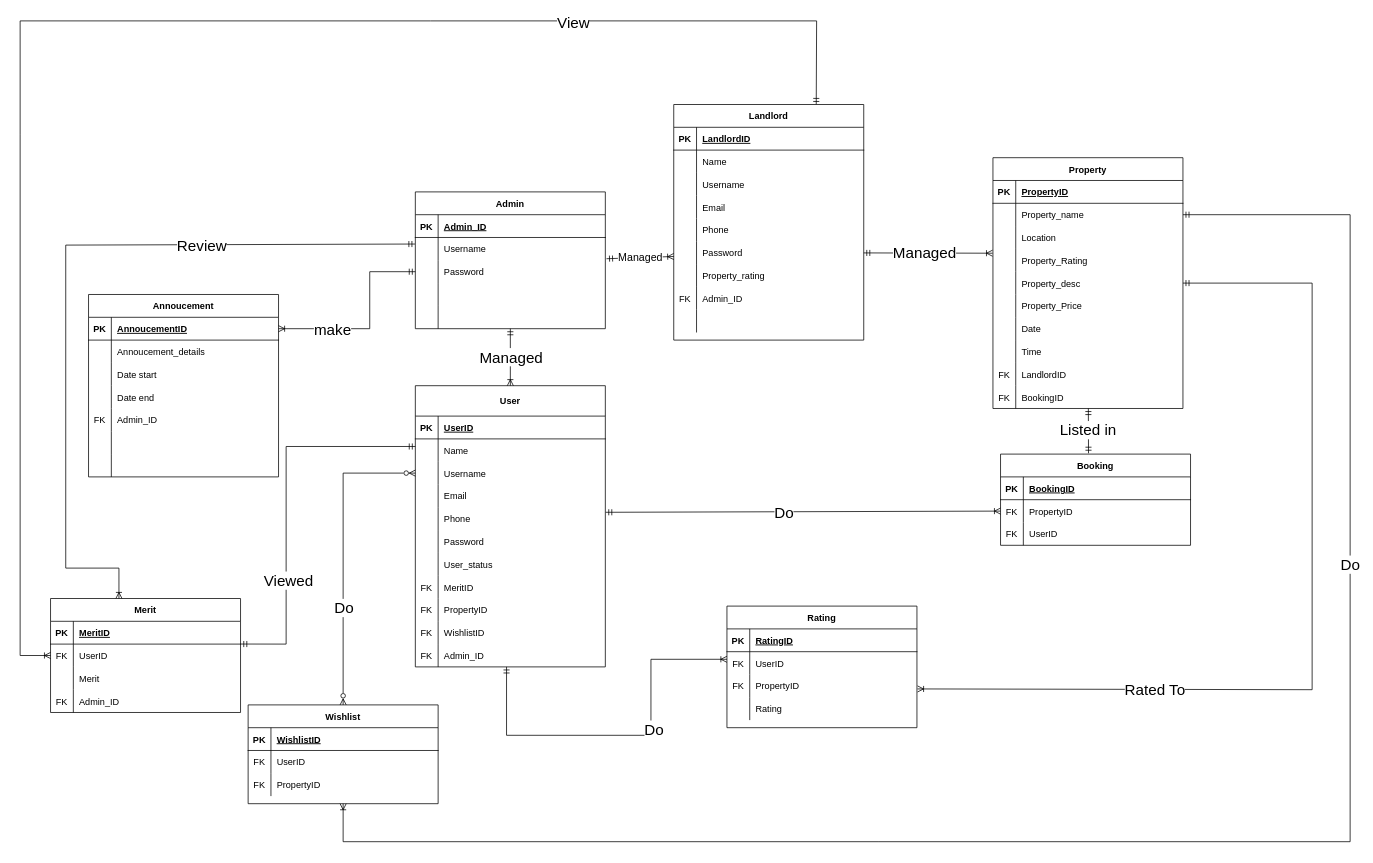
SNOW15782/Fyp keeps this draw.io diagram as DFD FYP/ERD.drawio. Above is the earlier version. Source tidied: cells renumbered, new cells numbered last; positions are measured from the earlier drawing's top-left corner, leaving out a move shared by most shapes. Both pictures are drawn from the tidied source at 76%, with x=0, y=0 at pixel (20, 21).
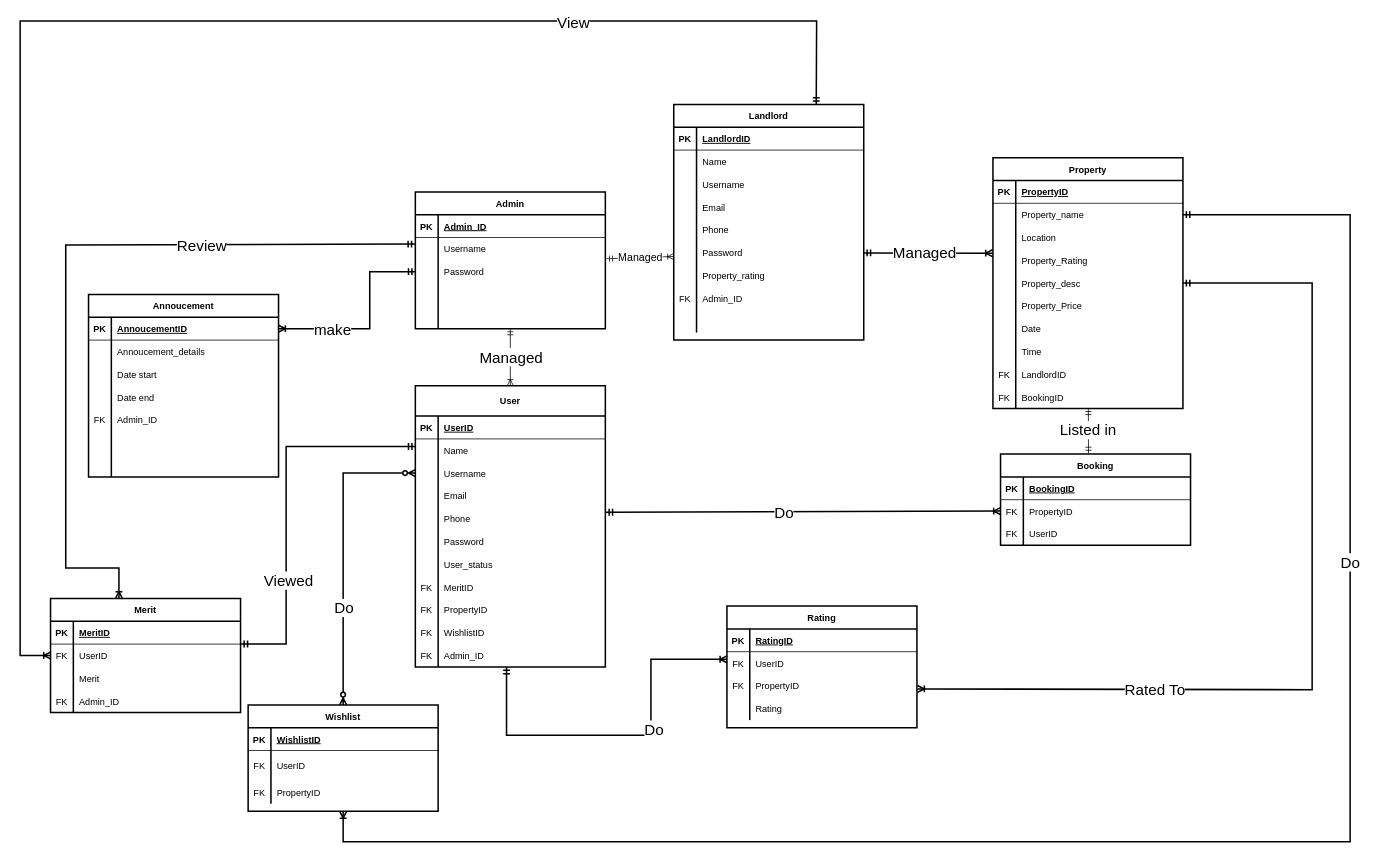
Above is the later version.

The change refers to these unchanged cells:
```xml
<mxCell id="8" style="shape=partialRectangle;fillColor=none;points=[[0,0.5],[1,0.5]];portConstraint=eastwest;top=0;left=0;right=0;bottom=0;" parent="4" vertex="1">
  <mxGeometry y="60" width="250" height="30" as="geometry" />
</mxCell>
<mxCell id="28" style="shape=partialRectangle;fillColor=none;points=[[0,0.5],[1,0.5]];portConstraint=eastwest;top=0;left=0;right=0;bottom=0;" parent="21" vertex="1">
  <mxGeometry y="100" width="250" height="30" as="geometry" />
</mxCell>
<mxCell id="34" style="shape=partialRectangle;fillColor=none;points=[[0,0.5],[1,0.5]];portConstraint=eastwest;top=0;left=0;right=0;bottom=0;" parent="21" vertex="1">
  <mxGeometry y="160" width="250" height="30" as="geometry" />
</mxCell>
<mxCell id="52" style="shape=partialRectangle;fillColor=none;points=[[0,0.5],[1,0.5]];portConstraint=eastwest;top=0;left=0;right=0;bottom=0;" parent="21" vertex="1">
  <mxGeometry y="340" width="250" height="30" as="geometry" />
</mxCell>
<mxCell id="59" style="shape=partialRectangle;fillColor=none;points=[[0,0.5],[1,0.5]];portConstraint=eastwest;top=0;left=0;right=0;bottom=0;" parent="55" vertex="1">
  <mxGeometry y="60" width="250" height="30" as="geometry" />
</mxCell>
<mxCell id="66" style="shape=partialRectangle;fillColor=none;points=[[0,0.5],[1,0.5]];portConstraint=eastwest;top=0;left=0;right=0;bottom=1;" parent="65" vertex="1">
  <mxGeometry y="30" width="250" height="30" as="geometry" />
</mxCell>
<mxCell id="95" style="shape=partialRectangle;fillColor=none;points=[[0,0.5],[1,0.5]];portConstraint=eastwest;top=0;left=0;right=0;bottom=0;" parent="91" vertex="1">
  <mxGeometry y="60" width="250" height="30" as="geometry" />
</mxCell>
<mxCell id="98" style="shape=partialRectangle;fillColor=none;points=[[0,0.5],[1,0.5]];portConstraint=eastwest;top=0;left=0;right=0;bottom=0;" parent="91" vertex="1">
  <mxGeometry y="90" width="250" height="30" as="geometry" />
</mxCell>
<mxCell id="125" style="shape=partialRectangle;fillColor=none;points=[[0,0.5],[1,0.5]];portConstraint=eastwest;top=0;left=0;right=0;bottom=0;" parent="109" vertex="1">
  <mxGeometry y="180" width="250" height="30" as="geometry" />
</mxCell>
<mxCell id="147" style="shape=partialRectangle;fillColor=none;points=[[0,0.5],[1,0.5]];portConstraint=eastwest;top=0;left=0;right=0;bottom=0;" parent="143" vertex="1">
  <mxGeometry y="60" width="250" height="30" as="geometry" />
</mxCell>
<mxCell id="153" style="shape=partialRectangle;fillColor=none;points=[[0,0.5],[1,0.5]];portConstraint=eastwest;top=0;left=0;right=0;bottom=0;" parent="143" vertex="1">
  <mxGeometry y="120" width="250" height="30" as="geometry" />
</mxCell>
<mxCell id="194" style="shape=partialRectangle;fillColor=none;points=[[0,0.5],[1,0.5]];portConstraint=eastwest;top=0;left=0;right=0;bottom=0;" parent="190" vertex="1">
  <mxGeometry y="60" width="250" height="30" as="geometry" />
</mxCell>
<mxCell id="197" style="shape=partialRectangle;fillColor=none;points=[[0,0.5],[1,0.5]];portConstraint=eastwest;top=0;left=0;right=0;bottom=0;" parent="190" vertex="1">
  <mxGeometry y="90" width="250" height="30" as="geometry" />
</mxCell>
```

What changed in the source:
```diff
@@
-    <mxCell id="2" style="edgeStyle=none;rounded=0;html=1;startArrow=ERmandOne;startFill=0;endArrow=ERmandOne;endFill=0;exitX=1.001;exitY=-0.003;exitDx=0;exitDy=0;exitPerimeter=0;" parent="1" edge="1" source="8">
+    <mxCell id="2" style="edgeStyle=none;rounded=0;html=1;startArrow=ERmandOne;startFill=0;endArrow=ERmandOne;endFill=0;exitX=1.001;exitY=-0.003;exitDx=0;exitDy=0;exitPerimeter=0;strokeWidth=2;" parent="1" edge="1" source="8">
       <mxGeometry relative="1" as="geometry">
         <mxPoint x="520" y="560" as="targetPoint" />
         <Array as="points">
           <mxPoint x="350" y="820" />
           <mxPoint x="350" y="560" />
         </Array>
       </mxGeometry>
     </mxCell>
@@
-    <mxCell id="4" value="Merit" style="shape=table;startSize=30;childLayout=tableLayout;rowLines=0;fontStyle=1;align=center;" parent="1" vertex="1">
+    <mxCell id="4" value="Merit" style="shape=table;startSize=30;childLayout=tableLayout;rowLines=0;fontStyle=1;align=center;strokeWidth=2;" parent="1" vertex="1">
       <mxGeometry x="40" y="760" width="250" height="150" as="geometry" />
     </mxCell>
@@
-    <mxCell id="17" style="edgeStyle=none;html=1;entryX=0.5;entryY=0;entryDx=0;entryDy=0;startArrow=ERzeroToMany;startFill=0;endArrow=ERzeroToMany;endFill=0;rounded=0;exitX=0;exitY=0.5;exitDx=0;exitDy=0;" parent="1" edge="1" source="28" target="180">
+    <mxCell id="17" style="edgeStyle=none;html=1;entryX=0.5;entryY=0;entryDx=0;entryDy=0;startArrow=ERzeroToMany;startFill=0;endArrow=ERzeroToMany;endFill=0;rounded=0;exitX=0;exitY=0.5;exitDx=0;exitDy=0;strokeWidth=2;" parent="1" edge="1" source="28" target="180">
       <mxGeometry relative="1" as="geometry">
         <Array as="points">
           <mxPoint x="425" y="595" />
         </Array>
       </mxGeometry>
     </mxCell>
@@
-    <mxCell id="19" style="edgeStyle=none;html=1;entryX=0;entryY=0.333;entryDx=0;entryDy=0;startArrow=ERmandOne;startFill=0;endArrow=ERoneToMany;endFill=0;rounded=0;entryPerimeter=0;exitX=0.48;exitY=1;exitDx=0;exitDy=0;exitPerimeter=0;" parent="1" edge="1" source="52" target="194">
+    <mxCell id="19" style="edgeStyle=none;html=1;entryX=0;entryY=0.333;entryDx=0;entryDy=0;startArrow=ERmandOne;startFill=0;endArrow=ERoneToMany;endFill=0;rounded=0;entryPerimeter=0;exitX=0.48;exitY=1;exitDx=0;exitDy=0;exitPerimeter=0;strokeWidth=2;" parent="1" edge="1" source="52" target="194">
       <mxGeometry relative="1" as="geometry">
         <Array as="points">
           <mxPoint x="640" y="940" />
           <mxPoint x="830" y="940" />
           <mxPoint x="830" y="840" />
         </Array>
       </mxGeometry>
     </mxCell>
@@
-    <mxCell id="21" value="User" style="shape=table;startSize=40;childLayout=tableLayout;rowLines=0;fontStyle=1;align=center;" parent="1" vertex="1">
+    <mxCell id="21" value="User" style="shape=table;startSize=40;childLayout=tableLayout;rowLines=0;fontStyle=1;align=center;strokeWidth=2;" parent="1" vertex="1">
       <mxGeometry x="520" y="480" width="250" height="370" as="geometry" />
     </mxCell>
@@
-    <mxCell id="55" value="Booking" style="shape=table;startSize=30;childLayout=tableLayout;rowLines=0;fontStyle=1;align=center;" parent="1" vertex="1">
+    <mxCell id="55" value="Booking" style="shape=table;startSize=30;childLayout=tableLayout;rowLines=0;fontStyle=1;align=center;strokeWidth=2;" parent="1" vertex="1">
       <mxGeometry x="1290" y="570" width="250" height="120" as="geometry" />
     </mxCell>
@@
-    <mxCell id="65" value="Annoucement" style="shape=table;startSize=30;childLayout=tableLayout;rowLines=0;fontStyle=1;align=center;" parent="1" vertex="1">
+    <mxCell id="65" value="Annoucement" style="shape=table;startSize=30;childLayout=tableLayout;rowLines=0;fontStyle=1;align=center;strokeWidth=2;" parent="1" vertex="1">
       <mxGeometry x="90" y="360" width="250" height="240" as="geometry" />
     </mxCell>
@@
-    <mxCell id="89" style="edgeStyle=none;rounded=0;html=1;entryX=0.36;entryY=0;entryDx=0;entryDy=0;fontSize=20;startArrow=ERmandOne;startFill=0;endArrow=ERoneToMany;endFill=0;exitX=-0.002;exitY=0.287;exitDx=0;exitDy=0;entryPerimeter=0;jumpStyle=arc;jumpSize=20;exitPerimeter=0;" parent="1" edge="1" source="95" target="4">
+    <mxCell id="89" style="edgeStyle=none;rounded=0;html=1;entryX=0.36;entryY=0;entryDx=0;entryDy=0;fontSize=20;startArrow=ERmandOne;startFill=0;endArrow=ERoneToMany;endFill=0;exitX=-0.002;exitY=0.287;exitDx=0;exitDy=0;entryPerimeter=0;jumpStyle=arc;jumpSize=20;exitPerimeter=0;strokeWidth=2;" parent="1" edge="1" source="95" target="4">
       <mxGeometry relative="1" as="geometry">
         <Array as="points">
           <mxPoint x="60" y="295" />
           <mxPoint x="60" y="720" />
           <mxPoint x="130" y="720" />
         </Array>
       </mxGeometry>
     </mxCell>
@@
-    <mxCell id="91" value="Admin" style="shape=table;startSize=30;childLayout=tableLayout;rowLines=0;fontStyle=1;align=center;" parent="1" vertex="1">
+    <mxCell id="91" value="Admin" style="shape=table;startSize=30;childLayout=tableLayout;rowLines=0;fontStyle=1;align=center;strokeWidth=2;" parent="1" vertex="1">
       <mxGeometry x="520" y="225" width="250" height="180" as="geometry" />
     </mxCell>
@@
-    <mxCell id="107" style="edgeStyle=none;rounded=0;html=1;entryX=0;entryY=0.5;entryDx=0;entryDy=0;startArrow=ERmandOne;startFill=0;endArrow=ERoneToMany;endFill=0;exitX=0.75;exitY=0;exitDx=0;exitDy=0;" parent="1" edge="1" source="109" target="8">
+    <mxCell id="107" style="edgeStyle=none;rounded=0;html=1;entryX=0;entryY=0.5;entryDx=0;entryDy=0;startArrow=ERmandOne;startFill=0;endArrow=ERoneToMany;endFill=0;exitX=0.75;exitY=0;exitDx=0;exitDy=0;strokeWidth=2;" parent="1" edge="1" source="109" target="8">
       <mxGeometry relative="1" as="geometry">
         <Array as="points">
           <mxPoint x="1048" />
           <mxPoint x="540" />
           <mxPoint />
           <mxPoint y="150" />
           <mxPoint y="835" />
         </Array>
       </mxGeometry>
     </mxCell>
@@
-    <mxCell id="109" value="Landlord" style="shape=table;startSize=30;childLayout=tableLayout;rowLines=0;fontStyle=1;align=center;" parent="1" vertex="1">
+    <mxCell id="109" value="Landlord" style="shape=table;startSize=30;childLayout=tableLayout;rowLines=0;fontStyle=1;align=center;strokeWidth=2;" parent="1" vertex="1">
       <mxGeometry x="860" y="110" width="250" height="310" as="geometry" />
     </mxCell>
@@
-    <mxCell id="139" style="edgeStyle=none;html=1;entryX=1.003;entryY=0.633;entryDx=0;entryDy=0;startArrow=ERmandOne;startFill=0;endArrow=ERoneToMany;endFill=0;rounded=0;entryPerimeter=0;" parent="1" edge="1" source="143" target="197">
+    <mxCell id="139" style="edgeStyle=none;html=1;entryX=1.003;entryY=0.633;entryDx=0;entryDy=0;startArrow=ERmandOne;startFill=0;endArrow=ERoneToMany;endFill=0;rounded=0;entryPerimeter=0;strokeWidth=2;" parent="1" edge="1" source="143" target="197">
       <mxGeometry relative="1" as="geometry">
         <Array as="points">
           <mxPoint x="1700" y="345" />
           <mxPoint x="1700" y="880" />
         </Array>
       </mxGeometry>
     </mxCell>
@@
-    <mxCell id="141" style="edgeStyle=none;rounded=0;html=1;entryX=0.5;entryY=1;entryDx=0;entryDy=0;startArrow=ERmandOne;startFill=0;endArrow=ERoneToMany;endFill=0;" parent="1" edge="1" source="147" target="180">
+    <mxCell id="141" style="edgeStyle=none;rounded=0;html=1;entryX=0.5;entryY=1;entryDx=0;entryDy=0;startArrow=ERmandOne;startFill=0;endArrow=ERoneToMany;endFill=0;strokeWidth=2;" parent="1" edge="1" source="147" target="180">
       <mxGeometry relative="1" as="geometry">
         <Array as="points">
           <mxPoint x="1750" y="255" />
           <mxPoint x="1750" y="1080" />
           <mxPoint x="1130" y="1080" />
           <mxPoint x="425" y="1080" />
         </Array>
       </mxGeometry>
     </mxCell>
@@
-    <mxCell id="143" value="Property" style="shape=table;startSize=30;childLayout=tableLayout;rowLines=0;fontStyle=1;align=center;" parent="1" vertex="1">
+    <mxCell id="143" value="Property" style="shape=table;startSize=30;childLayout=tableLayout;rowLines=0;fontStyle=1;align=center;strokeWidth=2;" parent="1" vertex="1">
       <mxGeometry x="1280" y="180" width="250" height="330" as="geometry" />
     </mxCell>
@@
-    <mxCell id="174" style="edgeStyle=none;html=1;entryX=-0.002;entryY=0.189;entryDx=0;entryDy=0;entryPerimeter=0;startArrow=ERmandOne;startFill=0;endArrow=ERoneToMany;endFill=0;" parent="1" edge="1" source="125" target="153">
+    <mxCell id="174" style="edgeStyle=none;html=1;entryX=-0.002;entryY=0.189;entryDx=0;entryDy=0;entryPerimeter=0;startArrow=ERmandOne;startFill=0;endArrow=ERoneToMany;endFill=0;strokeWidth=2;" parent="1" edge="1" source="125" target="153">
       <mxGeometry relative="1" as="geometry" />
     </mxCell>
@@
-    <mxCell id="178" style="edgeStyle=none;html=1;entryX=0;entryY=0.5;entryDx=0;entryDy=0;startArrow=ERmandOne;startFill=0;endArrow=ERoneToMany;endFill=0;exitX=1.002;exitY=0.219;exitDx=0;exitDy=0;exitPerimeter=0;" parent="1" edge="1" source="34" target="59">
+    <mxCell id="178" style="edgeStyle=none;html=1;entryX=0;entryY=0.5;entryDx=0;entryDy=0;startArrow=ERmandOne;startFill=0;endArrow=ERoneToMany;endFill=0;exitX=1.002;exitY=0.219;exitDx=0;exitDy=0;exitPerimeter=0;strokeWidth=2;" parent="1" edge="1" source="34" target="59">
       <mxGeometry relative="1" as="geometry" />
     </mxCell>
@@
-    <mxCell id="180" value="Wishlist" style="shape=table;startSize=30;childLayout=tableLayout;rowLines=0;fontStyle=1;align=center;" parent="1" vertex="1">
-      <mxGeometry x="300" y="900" width="250" height="130" as="geometry" />
+    <mxCell id="180" value="Wishlist" style="shape=table;startSize=30;childLayout=tableLayout;rowLines=0;fontStyle=1;align=center;strokeWidth=2;" parent="1" vertex="1">
+      <mxGeometry x="300" y="900" width="250" height="140" as="geometry" />
     </mxCell>
@@
     <mxCell id="184" style="shape=partialRectangle;fillColor=none;top=0;left=0;right=0;bottom=0;" parent="180" vertex="1">
-      <mxGeometry y="60" width="250" height="30" as="geometry" />
+      <mxGeometry y="60" width="250" height="40" as="geometry" />
     </mxCell>
     <mxCell id="185" value="FK" style="shape=partialRectangle;overflow=hidden;fillColor=none;top=0;left=0;bottom=0;right=0;" parent="184" vertex="1">
-      <mxGeometry width="30" height="30" as="geometry" />
+      <mxGeometry width="30" height="40" as="geometry" />
     </mxCell>
     <mxCell id="186" value="UserID" style="shape=partialRectangle;overflow=hidden;fillColor=none;top=0;left=0;bottom=0;right=0;align=left;spacingLeft=6;" parent="184" vertex="1">
-      <mxGeometry x="30" width="220" height="30" as="geometry" />
+      <mxGeometry x="30" width="220" height="40" as="geometry" />
     </mxCell>
     <mxCell id="187" style="shape=partialRectangle;fillColor=none;top=0;left=0;right=0;bottom=0;" parent="180" vertex="1">
-      <mxGeometry y="90" width="250" height="30" as="geometry" />
+      <mxGeometry y="100" width="250" height="30" as="geometry" />
     </mxCell>
@@
-    <mxCell id="190" value="Rating" style="shape=table;startSize=30;childLayout=tableLayout;rowLines=0;fontStyle=1;align=center;" parent="1" vertex="1">
+    <mxCell id="190" value="Rating" style="shape=table;startSize=30;childLayout=tableLayout;rowLines=0;fontStyle=1;align=center;strokeWidth=2;" parent="1" vertex="1">
       <mxGeometry x="930" y="770" width="250" height="160" as="geometry" />
     </mxCell>
@@
-    <mxCell id="203" style="edgeStyle=none;html=1;entryX=1;entryY=0.5;entryDx=0;entryDy=0;startArrow=ERmandOne;startFill=0;endArrow=ERoneToMany;endFill=0;exitX=0;exitY=0.5;exitDx=0;exitDy=0;rounded=0;" parent="1" edge="1" source="98" target="66">
+    <mxCell id="203" style="edgeStyle=none;html=1;entryX=1;entryY=0.5;entryDx=0;entryDy=0;startArrow=ERmandOne;startFill=0;endArrow=ERoneToMany;endFill=0;exitX=0;exitY=0.5;exitDx=0;exitDy=0;rounded=0;strokeWidth=2;" parent="1" edge="1" source="98" target="66">
       <mxGeometry relative="1" as="geometry">
         <Array as="points">
           <mxPoint x="460" y="330" />
           <mxPoint x="460" y="405" />
         </Array>
       </mxGeometry>
     </mxCell>
```
